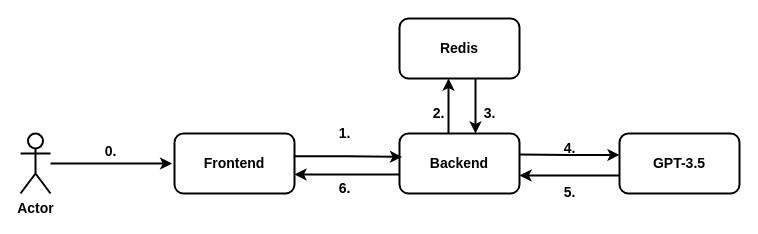
This is page "arch" (1 of 7) of docs/chatops.drawio from StLeoX/chatops, a draw.io file, before an edit. Source tidied: cells renumbered, new cells numbered last; positions are measured from the earlier drawing's top-left corner, leaving out a move shared by most shapes. Both pictures are drawn from the tidied source at 100%, with x=0, y=0 at pixel (20, 18).
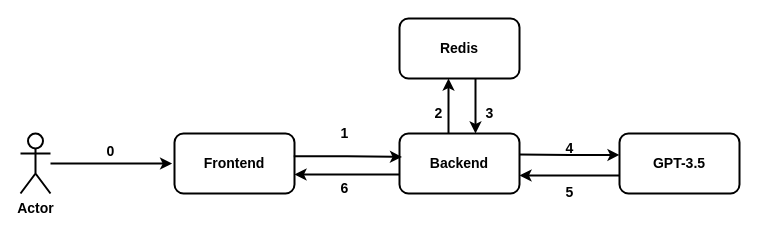
The same diagram, later.

Change to the diagram source:
```diff
@@
-    <mxCell id="11" value="1." style="text;html=1;align=center;verticalAlign=middle;strokeColor=none;fillColor=none;strokeWidth=2;fontSize=14;fontStyle=1;" parent="1" vertex="1">
+    <mxCell id="11" value="1" style="text;html=1;align=center;verticalAlign=middle;strokeColor=none;fillColor=none;strokeWidth=2;fontSize=14;fontStyle=1;" parent="1" vertex="1">
       <mxGeometry x="304" y="100" width="40" height="30" as="geometry" />
     </mxCell>
-    <mxCell id="12" value="2." style="text;html=1;align=center;verticalAlign=middle;strokeColor=none;fillColor=none;strokeWidth=2;fontSize=14;fontStyle=1;" parent="1" vertex="1">
+    <mxCell id="12" value="2" style="text;html=1;align=center;verticalAlign=middle;strokeColor=none;fillColor=none;strokeWidth=2;fontSize=14;fontStyle=1;" parent="1" vertex="1">
       <mxGeometry x="398" y="80" width="40" height="30" as="geometry" />
     </mxCell>
-    <mxCell id="13" value="3." style="text;html=1;align=center;verticalAlign=middle;strokeColor=none;fillColor=none;strokeWidth=2;fontSize=14;fontStyle=1;" parent="1" vertex="1">
+    <mxCell id="13" value="3" style="text;html=1;align=center;verticalAlign=middle;strokeColor=none;fillColor=none;strokeWidth=2;fontSize=14;fontStyle=1;" parent="1" vertex="1">
       <mxGeometry x="449" y="80" width="40" height="30" as="geometry" />
     </mxCell>
-    <mxCell id="14" value="4." style="text;html=1;align=center;verticalAlign=middle;strokeColor=none;fillColor=none;strokeWidth=2;fontSize=14;fontStyle=1;" parent="1" vertex="1">
+    <mxCell id="14" value="4" style="text;html=1;align=center;verticalAlign=middle;strokeColor=none;fillColor=none;strokeWidth=2;fontSize=14;fontStyle=1;" parent="1" vertex="1">
       <mxGeometry x="529" y="115" width="40" height="30" as="geometry" />
     </mxCell>
-    <mxCell id="15" value="5." style="text;html=1;align=center;verticalAlign=middle;strokeColor=none;fillColor=none;strokeWidth=2;fontSize=14;fontStyle=1;" parent="1" vertex="1">
+    <mxCell id="15" value="5" style="text;html=1;align=center;verticalAlign=middle;strokeColor=none;fillColor=none;strokeWidth=2;fontSize=14;fontStyle=1;" parent="1" vertex="1">
       <mxGeometry x="529" y="159" width="40" height="30" as="geometry" />
     </mxCell>
@@
-    <mxCell id="18" value="0." style="text;html=1;align=center;verticalAlign=middle;strokeColor=none;fillColor=none;strokeWidth=2;fontSize=14;fontStyle=1;" parent="1" vertex="1">
+    <mxCell id="18" value="0" style="text;html=1;align=center;verticalAlign=middle;strokeColor=none;fillColor=none;strokeWidth=2;fontSize=14;fontStyle=1;" parent="1" vertex="1">
       <mxGeometry x="70" y="118" width="40" height="30" as="geometry" />
     </mxCell>
@@
-    <mxCell id="20" value="6." style="text;html=1;align=center;verticalAlign=middle;strokeColor=none;fillColor=none;strokeWidth=2;fontSize=14;fontStyle=1;" parent="1" vertex="1">
+    <mxCell id="20" value="6" style="text;html=1;align=center;verticalAlign=middle;strokeColor=none;fillColor=none;strokeWidth=2;fontSize=14;fontStyle=1;" parent="1" vertex="1">
       <mxGeometry x="304" y="155" width="40" height="30" as="geometry" />
     </mxCell>
```
